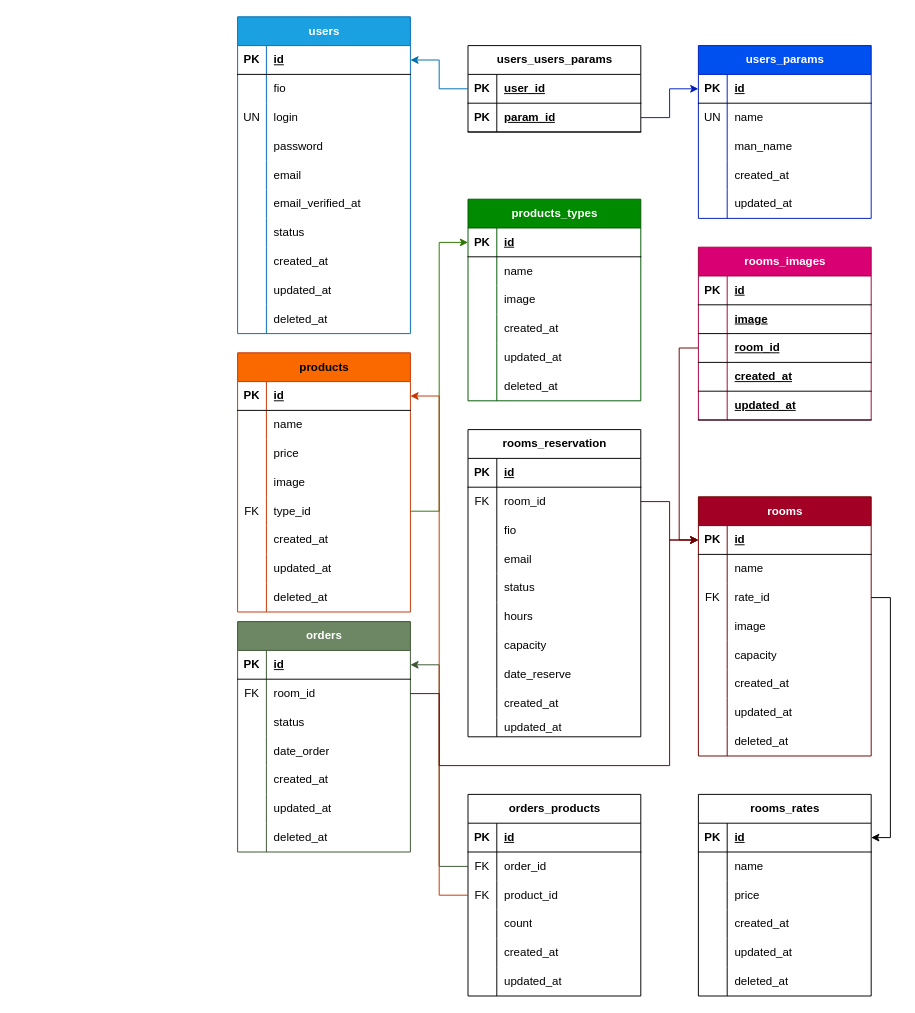
MrCrross/timecafe keeps this draw.io diagram as page "Логическая" (2 of 3) of public/documents/time_cafe.drawio. Above is the earlier version. Source tidied: cells renumbered, new cells numbered last; positions are measured from the earlier drawing's top-left corner, leaving out a move shared by most shapes. Both pictures are drawn from the tidied source at 96%, with x=0, y=0 at pixel (237, 16).
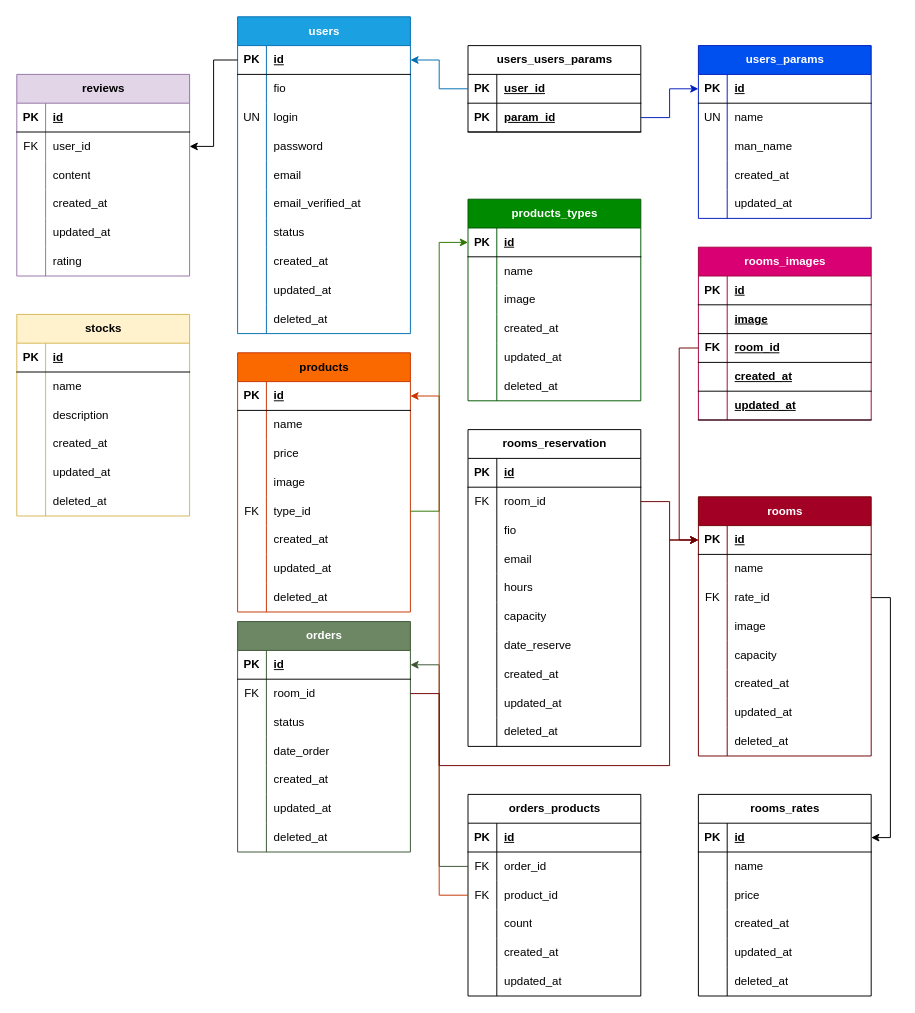
Above is the later version.

The change refers to these unchanged cells:
```xml
<mxCell id="3" style="shape=tableRow;horizontal=0;startSize=0;swimlaneHead=0;swimlaneBody=0;fillColor=none;points=[[0,0.5],[1,0.5]];portConstraint=eastwest;top=0;left=0;right=0;bottom=1;" parent="2" vertex="1">
  <mxGeometry y="30" width="180" height="30" as="geometry" />
</mxCell>
<mxCell id="231" style="shape=tableRow;horizontal=0;startSize=0;swimlaneHead=0;swimlaneBody=0;fillColor=none;points=[[0,0.5],[1,0.5]];portConstraint=eastwest;top=0;left=0;right=0;bottom=1;" parent="224" vertex="1">
  <mxGeometry y="90" width="180" height="30" as="geometry" />
</mxCell>
```

Diff of the diagram source:
```diff
@@
     <mxCell id="122" value="rooms_reservation" style="shape=table;startSize=30;childLayout=tableLayout;rowLines=0;fontStyle=1;align=center;html=1;" parent="1" vertex="1">
-      <mxGeometry x="240" y="430" width="180" height="320" as="geometry" />
+      <mxGeometry x="240" y="430" width="180" height="330" as="geometry" />
     </mxCell>
@@
-    <mxCell id="135" style="shape=tableRow;horizontal=0;startSize=0;swimlaneHead=0;swimlaneBody=0;fillColor=none;top=0;left=0;right=0;bottom=0;" parent="122" vertex="1">
-      <mxGeometry y="150" width="180" height="30" as="geometry" />
-    </mxCell>
-    <mxCell id="136" style="shape=partialRectangle;fillColor=none;top=0;left=0;bottom=0;right=0;overflow=hidden;whiteSpace=wrap;html=1;" parent="135" vertex="1">
-      <mxGeometry width="30" height="30" as="geometry" />
-    </mxCell>
-    <mxCell id="137" value="status" style="shape=partialRectangle;fillColor=none;top=0;left=0;bottom=0;right=0;align=left;spacingLeft=6;overflow=hidden;whiteSpace=wrap;html=1;" parent="135" vertex="1">
-      <mxGeometry x="30" width="150" height="30" as="geometry" />
-    </mxCell>
     <mxCell id="138" style="shape=tableRow;horizontal=0;startSize=0;swimlaneHead=0;swimlaneBody=0;fillColor=none;top=0;left=0;right=0;bottom=0;" parent="122" vertex="1">
-      <mxGeometry y="180" width="180" height="30" as="geometry" />
+      <mxGeometry y="150" width="180" height="30" as="geometry" />
     </mxCell>
@@
     <mxCell id="141" style="shape=tableRow;horizontal=0;startSize=0;swimlaneHead=0;swimlaneBody=0;fillColor=none;top=0;left=0;right=0;bottom=0;" parent="122" vertex="1">
-      <mxGeometry y="210" width="180" height="30" as="geometry" />
+      <mxGeometry y="180" width="180" height="30" as="geometry" />
     </mxCell>
@@
     <mxCell id="144" style="shape=tableRow;horizontal=0;startSize=0;swimlaneHead=0;swimlaneBody=0;fillColor=none;top=0;left=0;right=0;bottom=0;" parent="122" vertex="1">
-      <mxGeometry y="240" width="180" height="30" as="geometry" />
+      <mxGeometry y="210" width="180" height="30" as="geometry" />
     </mxCell>
@@
     <mxCell id="147" style="shape=tableRow;horizontal=0;startSize=0;swimlaneHead=0;swimlaneBody=0;fillColor=none;top=0;left=0;right=0;bottom=0;" parent="122" vertex="1">
-      <mxGeometry y="270" width="180" height="30" as="geometry" />
+      <mxGeometry y="240" width="180" height="30" as="geometry" />
     </mxCell>
@@
     <mxCell id="150" style="shape=tableRow;horizontal=0;startSize=0;swimlaneHead=0;swimlaneBody=0;fillColor=none;top=0;left=0;right=0;bottom=0;" parent="122" vertex="1">
-      <mxGeometry y="300" width="180" height="20" as="geometry" />
+      <mxGeometry y="270" width="180" height="30" as="geometry" />
     </mxCell>
     <mxCell id="151" style="shape=partialRectangle;fillColor=none;top=0;left=0;bottom=0;right=0;overflow=hidden;whiteSpace=wrap;html=1;" parent="150" vertex="1">
-      <mxGeometry width="30" height="20" as="geometry" />
+      <mxGeometry width="30" height="30" as="geometry" />
     </mxCell>
     <mxCell id="152" value="updated_at" style="shape=partialRectangle;fillColor=none;top=0;left=0;bottom=0;right=0;align=left;spacingLeft=6;overflow=hidden;whiteSpace=wrap;html=1;" parent="150" vertex="1">
-      <mxGeometry x="30" width="150" height="20" as="geometry" />
+      <mxGeometry x="30" width="150" height="30" as="geometry" />
     </mxCell>
+    <mxCell id="241" style="shape=tableRow;horizontal=0;startSize=0;swimlaneHead=0;swimlaneBody=0;fillColor=none;top=0;left=0;right=0;bottom=0;" parent="122" vertex="1">
+      <mxGeometry y="300" width="180" height="30" as="geometry" />
+    </mxCell>
+    <mxCell id="242" style="shape=partialRectangle;fillColor=none;top=0;left=0;bottom=0;right=0;overflow=hidden;whiteSpace=wrap;html=1;" parent="241" vertex="1">
+      <mxGeometry width="30" height="30" as="geometry" />
+    </mxCell>
+    <mxCell id="243" value="deleted_at" style="shape=partialRectangle;fillColor=none;top=0;left=0;bottom=0;right=0;align=left;spacingLeft=6;overflow=hidden;whiteSpace=wrap;html=1;" parent="241" vertex="1">
+      <mxGeometry x="30" width="150" height="30" as="geometry" />
+    </mxCell>
@@
-    <mxCell id="232" style="shape=partialRectangle;fillColor=none;top=0;left=0;bottom=0;right=0;fontStyle=1;overflow=hidden;whiteSpace=wrap;html=1;" parent="231" vertex="1">
+    <mxCell id="232" value="FK" style="shape=partialRectangle;fillColor=none;top=0;left=0;bottom=0;right=0;fontStyle=1;overflow=hidden;whiteSpace=wrap;html=1;" parent="231" vertex="1">
       <mxGeometry width="30" height="30" as="geometry" />
     </mxCell>
@@
+    <mxCell id="244" value="reviews" style="shape=table;startSize=30;childLayout=tableLayout;rowLines=0;fontStyle=1;align=center;html=1;fillColor=#e1d5e7;strokeColor=#9673a6;" parent="1" vertex="1">
+      <mxGeometry x="-230" y="60" width="180" height="210" as="geometry" />
+    </mxCell>
+    <mxCell id="245" style="shape=tableRow;horizontal=0;startSize=0;swimlaneHead=0;swimlaneBody=0;fillColor=none;top=0;left=0;right=0;bottom=1;" parent="244" vertex="1">
+      <mxGeometry y="30" width="180" height="30" as="geometry" />
+    </mxCell>
+    <mxCell id="246" value="PK" style="shape=partialRectangle;fillColor=none;top=0;left=0;bottom=0;right=0;fontStyle=1;overflow=hidden;whiteSpace=wrap;html=1;" parent="245" vertex="1">
+      <mxGeometry width="30" height="30" as="geometry" />
+    </mxCell>
+    <mxCell id="247" value="id" style="shape=partialRectangle;fillColor=none;top=0;left=0;bottom=0;right=0;align=left;spacingLeft=6;fontStyle=5;overflow=hidden;whiteSpace=wrap;html=1;" parent="245" vertex="1">
+      <mxGeometry x="30" width="150" height="30" as="geometry" />
+    </mxCell>
+    <mxCell id="248" style="shape=tableRow;horizontal=0;startSize=0;swimlaneHead=0;swimlaneBody=0;fillColor=none;points=[[0,0.5],[1,0.5]];portConstraint=eastwest;top=0;left=0;right=0;bottom=0;" parent="244" vertex="1">
+      <mxGeometry y="60" width="180" height="30" as="geometry" />
+    </mxCell>
+    <mxCell id="249" value="FK" style="shape=partialRectangle;fillColor=none;top=0;left=0;bottom=0;right=0;overflow=hidden;whiteSpace=wrap;html=1;" parent="248" vertex="1">
+      <mxGeometry width="30" height="30" as="geometry" />
+    </mxCell>
+    <mxCell id="250" value="user_id" style="shape=partialRectangle;fillColor=none;top=0;left=0;bottom=0;right=0;align=left;spacingLeft=6;overflow=hidden;whiteSpace=wrap;html=1;" parent="248" vertex="1">
+      <mxGeometry x="30" width="150" height="30" as="geometry" />
+    </mxCell>
+    <mxCell id="251" style="shape=tableRow;horizontal=0;startSize=0;swimlaneHead=0;swimlaneBody=0;fillColor=none;top=0;left=0;right=0;bottom=0;" parent="244" vertex="1">
+      <mxGeometry y="90" width="180" height="30" as="geometry" />
+    </mxCell>
+    <mxCell id="252" style="shape=partialRectangle;fillColor=none;top=0;left=0;bottom=0;right=0;overflow=hidden;whiteSpace=wrap;html=1;" parent="251" vertex="1">
+      <mxGeometry width="30" height="30" as="geometry" />
+    </mxCell>
+    <mxCell id="253" value="content" style="shape=partialRectangle;fillColor=none;top=0;left=0;bottom=0;right=0;align=left;spacingLeft=6;overflow=hidden;whiteSpace=wrap;html=1;" parent="251" vertex="1">
+      <mxGeometry x="30" width="150" height="30" as="geometry" />
+    </mxCell>
+    <mxCell id="254" style="shape=tableRow;horizontal=0;startSize=0;swimlaneHead=0;swimlaneBody=0;fillColor=none;top=0;left=0;right=0;bottom=0;" parent="244" vertex="1">
+      <mxGeometry y="120" width="180" height="30" as="geometry" />
+    </mxCell>
+    <mxCell id="255" style="shape=partialRectangle;fillColor=none;top=0;left=0;bottom=0;right=0;overflow=hidden;whiteSpace=wrap;html=1;" parent="254" vertex="1">
+      <mxGeometry width="30" height="30" as="geometry" />
+    </mxCell>
+    <mxCell id="256" value="created_at" style="shape=partialRectangle;fillColor=none;top=0;left=0;bottom=0;right=0;align=left;spacingLeft=6;overflow=hidden;whiteSpace=wrap;html=1;" parent="254" vertex="1">
+      <mxGeometry x="30" width="150" height="30" as="geometry" />
+    </mxCell>
+    <mxCell id="257" style="shape=tableRow;horizontal=0;startSize=0;swimlaneHead=0;swimlaneBody=0;fillColor=none;top=0;left=0;right=0;bottom=0;" parent="244" vertex="1">
+      <mxGeometry y="150" width="180" height="30" as="geometry" />
+    </mxCell>
+    <mxCell id="258" style="shape=partialRectangle;fillColor=none;top=0;left=0;bottom=0;right=0;overflow=hidden;whiteSpace=wrap;html=1;" parent="257" vertex="1">
+      <mxGeometry width="30" height="30" as="geometry" />
+    </mxCell>
+    <mxCell id="259" value="updated_at" style="shape=partialRectangle;fillColor=none;top=0;left=0;bottom=0;right=0;align=left;spacingLeft=6;overflow=hidden;whiteSpace=wrap;html=1;" parent="257" vertex="1">
+      <mxGeometry x="30" width="150" height="30" as="geometry" />
+    </mxCell>
+    <mxCell id="260" style="shape=tableRow;horizontal=0;startSize=0;swimlaneHead=0;swimlaneBody=0;fillColor=none;top=0;left=0;right=0;bottom=0;" parent="244" vertex="1">
+      <mxGeometry y="180" width="180" height="30" as="geometry" />
+    </mxCell>
+    <mxCell id="261" style="shape=partialRectangle;fillColor=none;top=0;left=0;bottom=0;right=0;overflow=hidden;whiteSpace=wrap;html=1;" parent="260" vertex="1">
+      <mxGeometry width="30" height="30" as="geometry" />
+    </mxCell>
+    <mxCell id="262" value="rating" style="shape=partialRectangle;fillColor=none;top=0;left=0;bottom=0;right=0;align=left;spacingLeft=6;overflow=hidden;whiteSpace=wrap;html=1;" parent="260" vertex="1">
+      <mxGeometry x="30" width="150" height="30" as="geometry" />
+    </mxCell>
+    <mxCell id="263" style="edgeStyle=orthogonalEdgeStyle;rounded=0;jettySize=auto;html=1;" parent="1" edge="1" source="3" target="248">
+      <mxGeometry relative="1" as="geometry" />
+    </mxCell>
+    <mxCell id="264" value="stocks" style="shape=table;startSize=30;childLayout=tableLayout;rowLines=0;fontStyle=1;align=center;html=1;fillColor=#fff2cc;strokeColor=#d6b656;" parent="1" vertex="1">
+      <mxGeometry x="-230" y="310" width="180" height="210" as="geometry" />
+    </mxCell>
+    <mxCell id="265" style="shape=tableRow;horizontal=0;startSize=0;swimlaneHead=0;swimlaneBody=0;fillColor=none;top=0;left=0;right=0;bottom=1;" parent="264" vertex="1">
+      <mxGeometry y="30" width="180" height="30" as="geometry" />
+    </mxCell>
+    <mxCell id="266" value="PK" style="shape=partialRectangle;fillColor=none;top=0;left=0;bottom=0;right=0;fontStyle=1;overflow=hidden;whiteSpace=wrap;html=1;" parent="265" vertex="1">
+      <mxGeometry width="30" height="30" as="geometry" />
+    </mxCell>
+    <mxCell id="267" value="id" style="shape=partialRectangle;fillColor=none;top=0;left=0;bottom=0;right=0;align=left;spacingLeft=6;fontStyle=5;overflow=hidden;whiteSpace=wrap;html=1;" parent="265" vertex="1">
+      <mxGeometry x="30" width="150" height="30" as="geometry" />
+    </mxCell>
+    <mxCell id="268" style="shape=tableRow;horizontal=0;startSize=0;swimlaneHead=0;swimlaneBody=0;fillColor=none;top=0;left=0;right=0;bottom=0;" parent="264" vertex="1">
+      <mxGeometry y="60" width="180" height="30" as="geometry" />
+    </mxCell>
+    <mxCell id="269" style="shape=partialRectangle;fillColor=none;top=0;left=0;bottom=0;right=0;overflow=hidden;whiteSpace=wrap;html=1;" parent="268" vertex="1">
+      <mxGeometry width="30" height="30" as="geometry" />
+    </mxCell>
+    <mxCell id="270" value="name" style="shape=partialRectangle;fillColor=none;top=0;left=0;bottom=0;right=0;align=left;spacingLeft=6;overflow=hidden;whiteSpace=wrap;html=1;" parent="268" vertex="1">
+      <mxGeometry x="30" width="150" height="30" as="geometry" />
+    </mxCell>
+    <mxCell id="271" style="shape=tableRow;horizontal=0;startSize=0;swimlaneHead=0;swimlaneBody=0;fillColor=none;top=0;left=0;right=0;bottom=0;" parent="264" vertex="1">
+      <mxGeometry y="90" width="180" height="30" as="geometry" />
+    </mxCell>
+    <mxCell id="272" style="shape=partialRectangle;fillColor=none;top=0;left=0;bottom=0;right=0;overflow=hidden;whiteSpace=wrap;html=1;" parent="271" vertex="1">
+      <mxGeometry width="30" height="30" as="geometry" />
+    </mxCell>
+    <mxCell id="273" value="description" style="shape=partialRectangle;fillColor=none;top=0;left=0;bottom=0;right=0;align=left;spacingLeft=6;overflow=hidden;whiteSpace=wrap;html=1;" parent="271" vertex="1">
+      <mxGeometry x="30" width="150" height="30" as="geometry" />
+    </mxCell>
+    <mxCell id="274" style="shape=tableRow;horizontal=0;startSize=0;swimlaneHead=0;swimlaneBody=0;fillColor=none;top=0;left=0;right=0;bottom=0;" parent="264" vertex="1">
+      <mxGeometry y="120" width="180" height="30" as="geometry" />
+    </mxCell>
+    <mxCell id="275" style="shape=partialRectangle;fillColor=none;top=0;left=0;bottom=0;right=0;overflow=hidden;whiteSpace=wrap;html=1;" parent="274" vertex="1">
+      <mxGeometry width="30" height="30" as="geometry" />
+    </mxCell>
+    <mxCell id="276" value="created_at" style="shape=partialRectangle;fillColor=none;top=0;left=0;bottom=0;right=0;align=left;spacingLeft=6;overflow=hidden;whiteSpace=wrap;html=1;" parent="274" vertex="1">
+      <mxGeometry x="30" width="150" height="30" as="geometry" />
+    </mxCell>
+    <mxCell id="277" style="shape=tableRow;horizontal=0;startSize=0;swimlaneHead=0;swimlaneBody=0;fillColor=none;top=0;left=0;right=0;bottom=0;" parent="264" vertex="1">
+      <mxGeometry y="150" width="180" height="30" as="geometry" />
+    </mxCell>
+    <mxCell id="278" style="shape=partialRectangle;fillColor=none;top=0;left=0;bottom=0;right=0;overflow=hidden;whiteSpace=wrap;html=1;" parent="277" vertex="1">
+      <mxGeometry width="30" height="30" as="geometry" />
+    </mxCell>
+    <mxCell id="279" value="updated_at" style="shape=partialRectangle;fillColor=none;top=0;left=0;bottom=0;right=0;align=left;spacingLeft=6;overflow=hidden;whiteSpace=wrap;html=1;" parent="277" vertex="1">
+      <mxGeometry x="30" width="150" height="30" as="geometry" />
+    </mxCell>
+    <mxCell id="280" style="shape=tableRow;horizontal=0;startSize=0;swimlaneHead=0;swimlaneBody=0;fillColor=none;top=0;left=0;right=0;bottom=0;" parent="264" vertex="1">
+      <mxGeometry y="180" width="180" height="30" as="geometry" />
+    </mxCell>
+    <mxCell id="281" style="shape=partialRectangle;fillColor=none;top=0;left=0;bottom=0;right=0;overflow=hidden;whiteSpace=wrap;html=1;" parent="280" vertex="1">
+      <mxGeometry width="30" height="30" as="geometry" />
+    </mxCell>
+    <mxCell id="282" value="deleted_at" style="shape=partialRectangle;fillColor=none;top=0;left=0;bottom=0;right=0;align=left;spacingLeft=6;overflow=hidden;whiteSpace=wrap;html=1;" parent="280" vertex="1">
+      <mxGeometry x="30" width="150" height="30" as="geometry" />
+    </mxCell>
```
